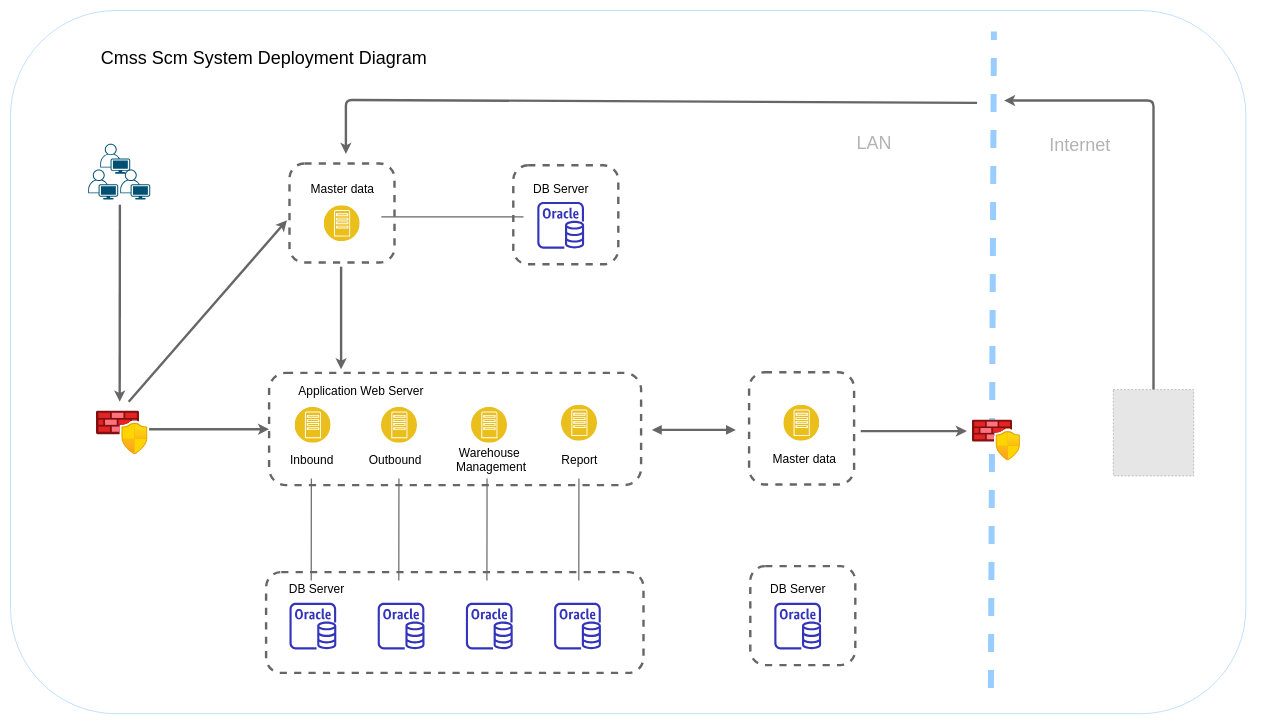
xhraymond/frozenui keeps this draw.io diagram as page "Page-5" (5 of 5) of Untitled Diagram.drawio. Above is the earlier version. Source tidied: cells renumbered, new cells numbered last; positions are measured from the earlier drawing's top-left corner, leaving out a move shared by most shapes. Both pictures are drawn from the tidied source at 60%, with x=0, y=0 at pixel (10, 10). Pictures stored in the file or linked from it are replaced by grey dashed boxes.
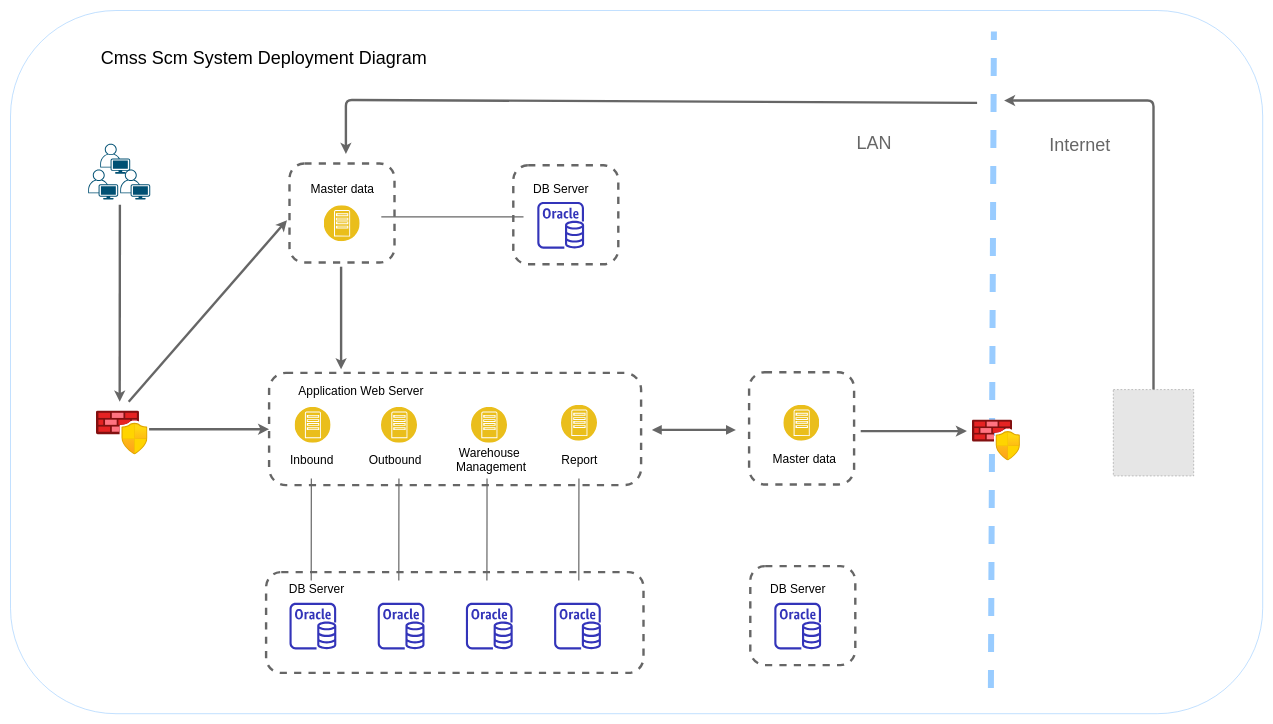
After the change.

What changed in the source:
```diff
@@
-    <mxCell id="47" value="&lt;font style=&quot;font-size: 30px&quot; color=&quot;#b3b3b3&quot;&gt;LAN&lt;/font&gt;" style="text;html=1;align=center;verticalAlign=middle;strokeColor=none;fontSize=20;fontColor=#000000;" parent="1" vertex="1">
+    <mxCell id="47" value="&lt;font style=&quot;font-size: 30px&quot;&gt;LAN&lt;/font&gt;" style="text;html=1;align=center;verticalAlign=middle;strokeColor=none;fontSize=20;fontColor=#666666;" parent="1" vertex="1">
       <mxGeometry x="1405" y="204" width="68" height="32" as="geometry" />
     </mxCell>
-    <mxCell id="48" value="&lt;font style=&quot;font-size: 30px&quot; color=&quot;#b3b3b3&quot;&gt;Internet&lt;br&gt;&lt;/font&gt;" style="text;html=1;align=center;verticalAlign=middle;strokeColor=none;fontSize=20;fontColor=#000000;" parent="1" vertex="1">
+    <mxCell id="48" value="&lt;font style=&quot;font-size: 30px&quot;&gt;Internet&lt;br&gt;&lt;/font&gt;" style="text;html=1;align=center;verticalAlign=middle;strokeColor=none;fontSize=20;fontColor=#666666;" parent="1" vertex="1">
       <mxGeometry x="1726" y="207" width="112" height="32" as="geometry" />
     </mxCell>
@@
     <mxCell id="53" style="rounded=1;whiteSpace=wrap;html=1;fontSize=20;fontColor=#000000;strokeWidth=1;fillColor=none;strokeColor=#99CCFF;" parent="1" vertex="1">
-      <mxGeometry width="2059" height="1172" as="geometry" />
+      <mxGeometry width="2087" height="1172" as="geometry" />
     </mxCell>
```
